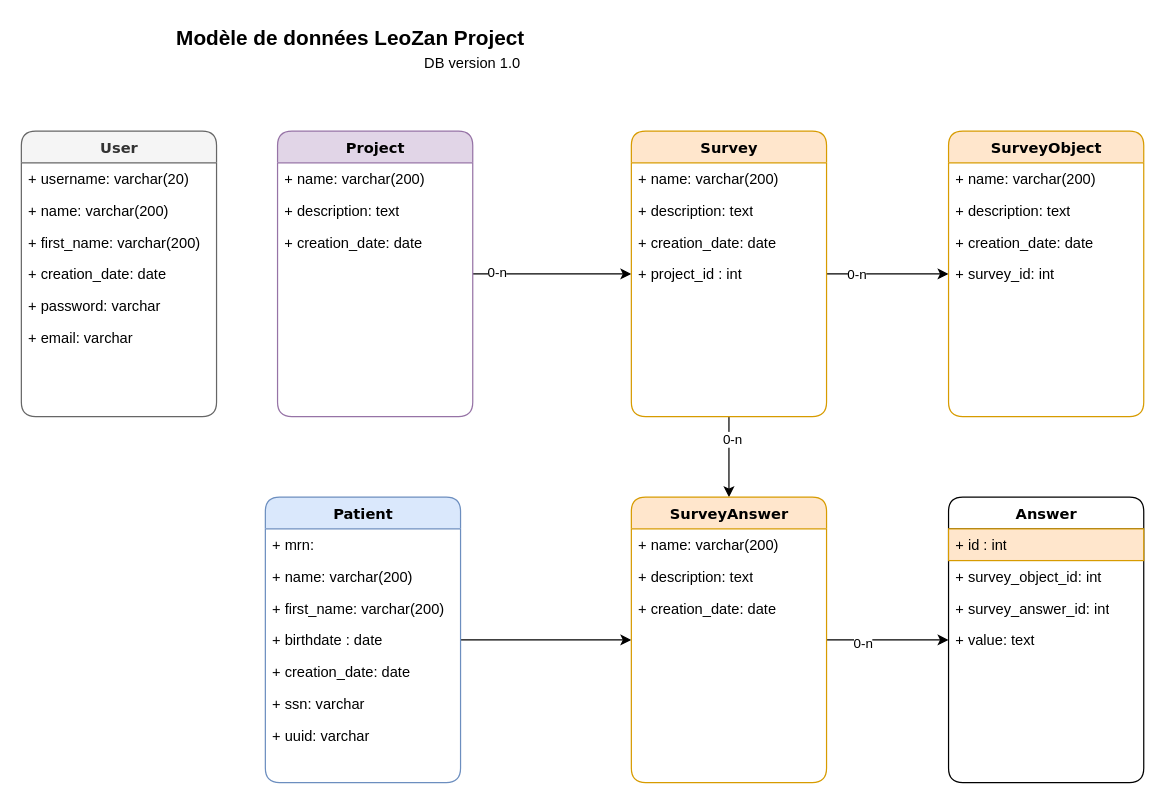
Above: page "Modèle de données" (3 of 4) of docs/leozan_architecture.drawio in nmalservet/leozanproject (draw.io), before the change. Source tidied: cells renumbered, new cells numbered last; positions are measured from the earlier drawing's top-left corner, leaving out a move shared by most shapes. Both pictures are drawn from the tidied source at 122%, with x=0, y=0 at pixel (21, 21).
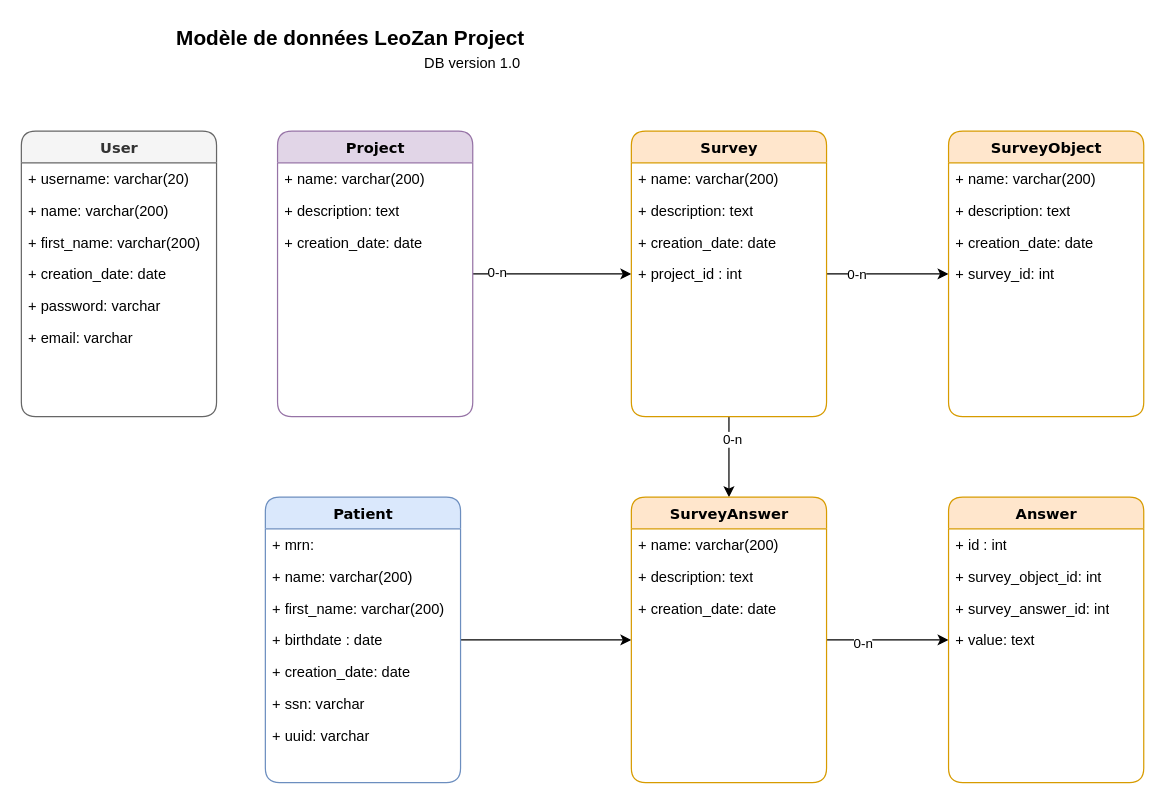
Above is the later version.

Diff of the diagram source:
```diff
@@
-    <mxCell id="45" value="Answer" style="swimlane;html=1;fontStyle=1;align=center;verticalAlign=top;horizontal=1;startSize=26;swimlaneFillColor=#ffffff;rounded=1;shadow=0;comic=0;labelBackgroundColor=none;strokeWidth=1;fillColor=none;fontFamily=Verdana;fontSize=12;" parent="1" vertex="1">
+    <mxCell id="45" value="Answer" style="swimlane;html=1;fontStyle=1;align=center;verticalAlign=top;horizontal=1;startSize=26;swimlaneFillColor=#ffffff;rounded=1;shadow=0;comic=0;labelBackgroundColor=none;strokeWidth=1;fillColor=#ffe6cc;fontFamily=Verdana;fontSize=12;strokeColor=#d79b00;" parent="1" vertex="1">
       <mxGeometry x="760" y="390" width="160" height="234" as="geometry" />
     </mxCell>
-    <mxCell id="46" value="+ id : int" style="text;html=1;strokeColor=#d79b00;fillColor=#ffe6cc;align=left;verticalAlign=top;spacingLeft=4;spacingRight=4;whiteSpace=wrap;overflow=hidden;" parent="45" vertex="1">
+    <mxCell id="46" value="+ id : int" style="text;html=1;align=left;verticalAlign=top;spacingLeft=4;spacingRight=4;whiteSpace=wrap;overflow=hidden;" parent="45" vertex="1">
       <mxGeometry y="26" width="160" height="26" as="geometry" />
     </mxCell>
```
